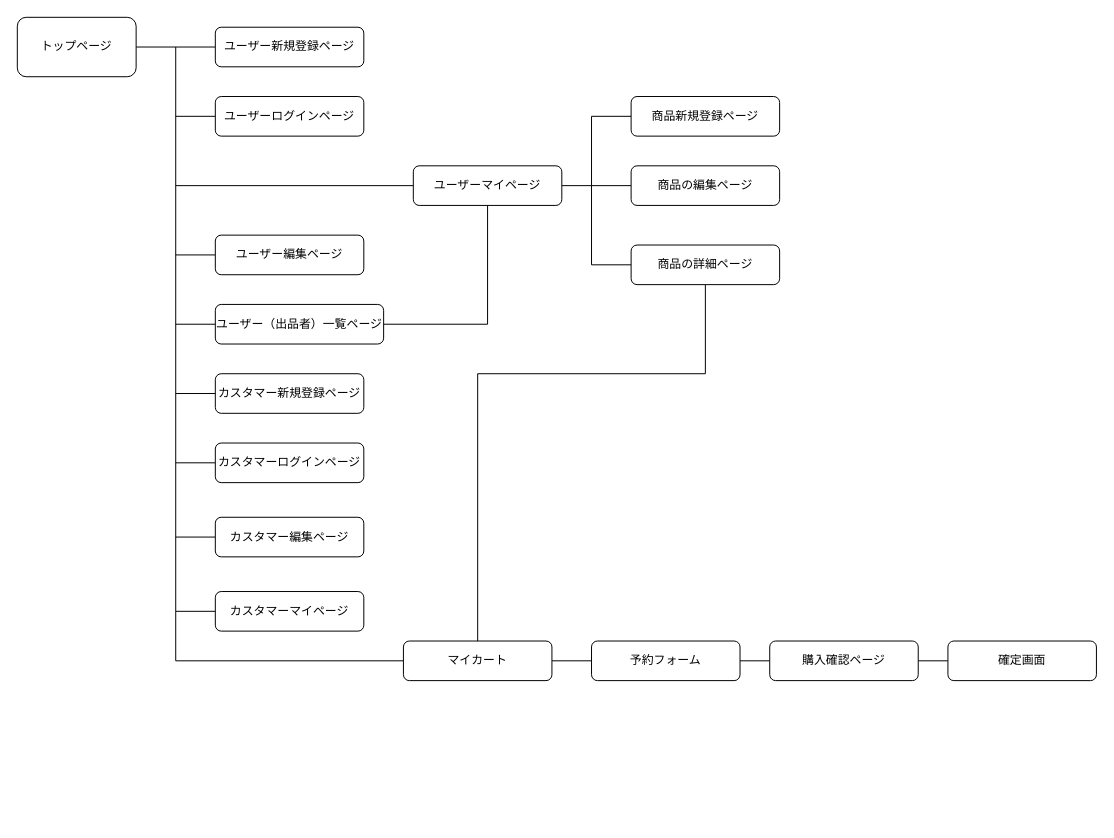
The draw.io diagram 画面遷移図.dio in satoru0725/pearsales2_app, before the edit. Source tidied: cells renumbered, new cells numbered last; positions are measured from the earlier drawing's top-left corner, leaving out a move shared by most shapes. Both pictures are drawn from the tidied source at 99%, with x=0, y=0 at pixel (17, 17).
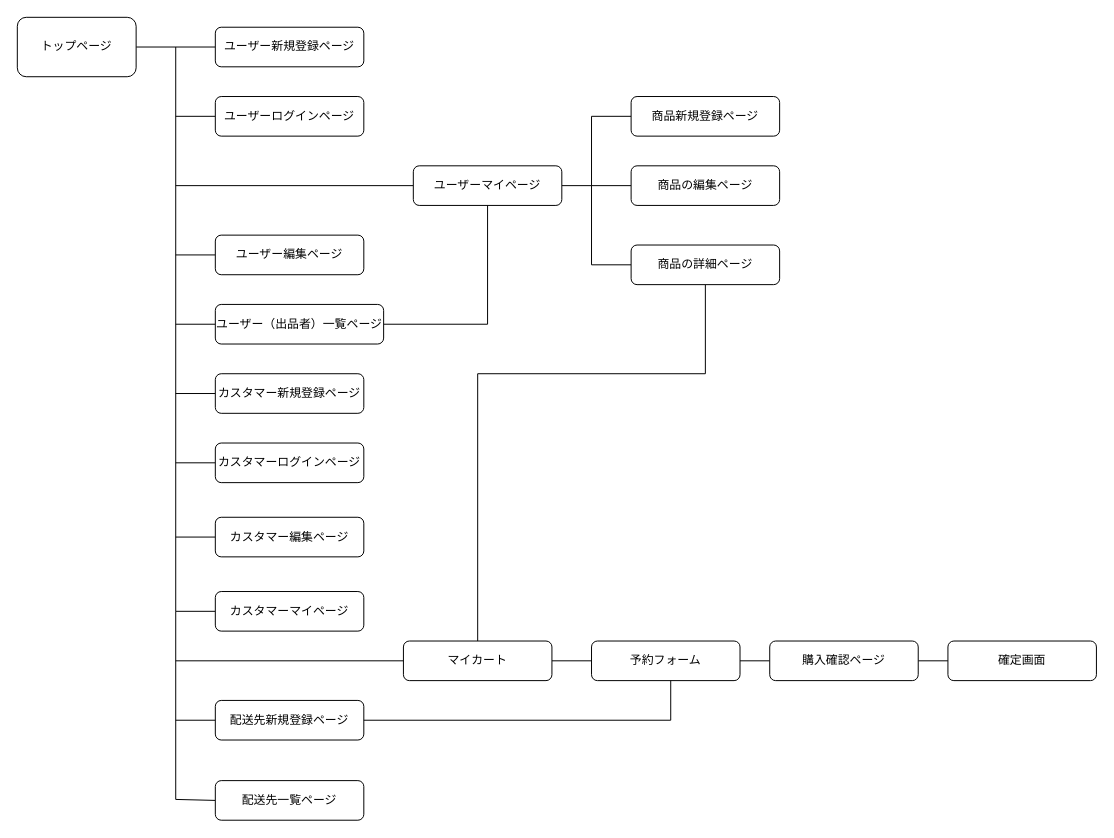
The same page after the edit.

The change refers to these unchanged cells:
```xml
<mxCell id="24" value="マイカート" style="rounded=1;whiteSpace=wrap;html=1;" parent="1" vertex="1">
  <mxGeometry x="390" y="630" width="150" height="40" as="geometry" />
</mxCell>
```

The edit, as a diff of the source:
```diff
@@
-    <mxCell id="22" style="edgeStyle=none;rounded=0;html=1;exitX=0;exitY=0.5;exitDx=0;exitDy=0;endArrow=none;endFill=0;" parent="1" edge="1" source="24">
+    <mxCell id="22" style="edgeStyle=none;rounded=0;html=1;exitX=0;exitY=0.5;exitDx=0;exitDy=0;endArrow=none;endFill=0;" parent="1" edge="1" source="38">
       <mxGeometry relative="1" as="geometry">
         <mxPoint x="160" y="600" as="targetPoint" />
         <Array as="points">
-          <mxPoint x="160" y="650" />
+          <mxPoint x="160" y="790" />
         </Array>
       </mxGeometry>
     </mxCell>
@@
+    <mxCell id="37" value="配送先新規登録ページ" style="rounded=1;whiteSpace=wrap;html=1;" parent="1" vertex="1">
+      <mxGeometry x="200" y="690" width="150" height="40" as="geometry" />
+    </mxCell>
+    <mxCell id="38" value="配送先一覧ページ" style="rounded=1;whiteSpace=wrap;html=1;" parent="1" vertex="1">
+      <mxGeometry x="200" y="771" width="150" height="40" as="geometry" />
+    </mxCell>
+    <mxCell id="39" style="edgeStyle=none;rounded=0;html=1;endArrow=none;endFill=0;exitX=1;exitY=0.5;exitDx=0;exitDy=0;" parent="1" edge="1" source="37">
+      <mxGeometry relative="1" as="geometry">
+        <mxPoint x="660" y="670" as="targetPoint" />
+        <Array as="points">
+          <mxPoint x="660" y="710" />
+        </Array>
+      </mxGeometry>
+    </mxCell>
+    <mxCell id="40" style="edgeStyle=none;rounded=0;html=1;exitX=0;exitY=0.5;exitDx=0;exitDy=0;endArrow=none;endFill=0;" parent="1" edge="1" source="24">
+      <mxGeometry relative="1" as="geometry">
+        <mxPoint x="160" y="650" as="targetPoint" />
+      </mxGeometry>
+    </mxCell>
+    <mxCell id="41" style="edgeStyle=none;rounded=0;html=1;exitX=0;exitY=0.5;exitDx=0;exitDy=0;endArrow=none;endFill=0;" parent="1" edge="1" source="37">
+      <mxGeometry relative="1" as="geometry">
+        <mxPoint x="160" y="710" as="targetPoint" />
+      </mxGeometry>
+    </mxCell>
```
